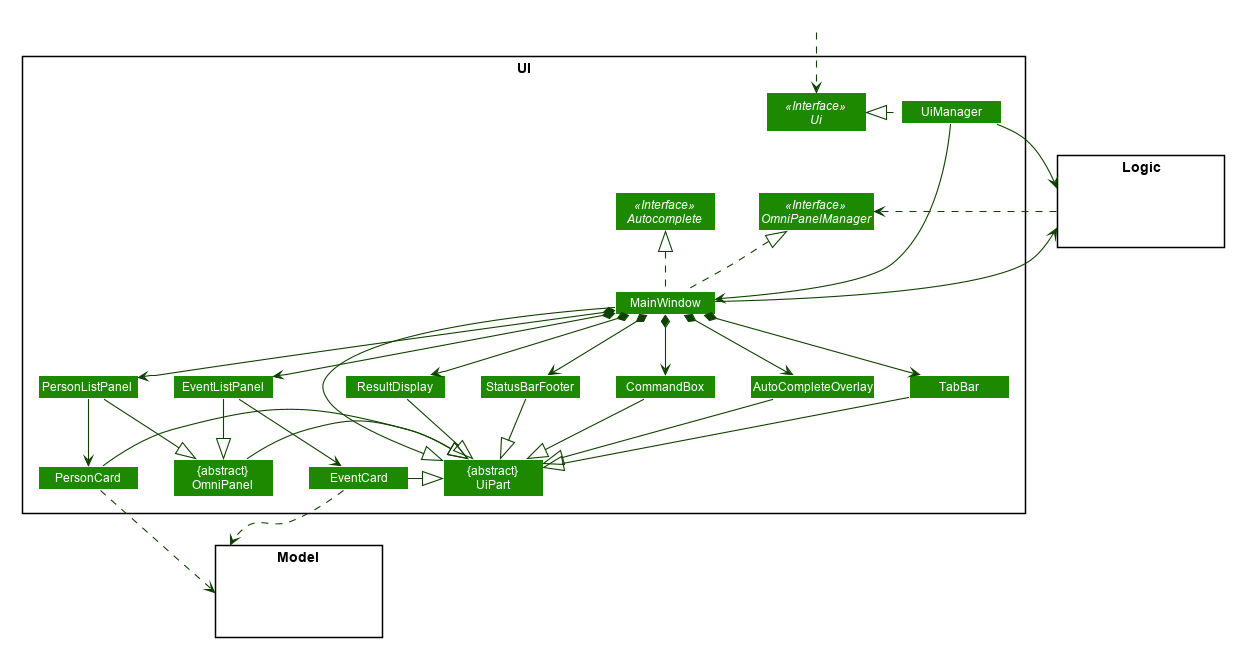
The PlantUML diagram docs/images/UiClassDiagram.png in nus-cs2103-AY1920S1/addressbook-level3, before a commit.
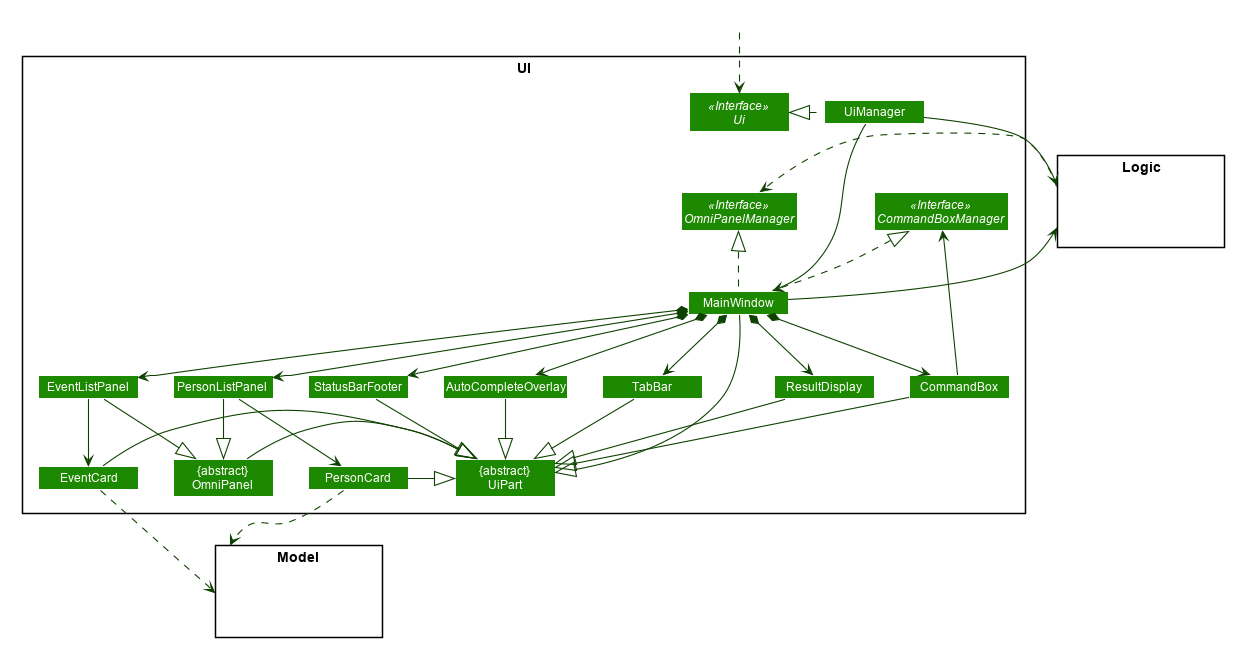
After the change.

The edit, as a diff of the source:
```diff
@@ -53,7 +53,7 @@
 
 package UI <<Rectangle>>{
 Interface Ui <<Interface>>
-Interface Autocomplete <<Interface>>
+Interface CommandBoxManager <<Interface>>
 Interface OmniPanelManager <<Interface>>
 Class "{abstract}\nUiPart" as UiPart
 Class UiManager
@@ -83,7 +83,7 @@
 
 UiManager .up|> Ui
 MainWindow .up.|> OmniPanelManager
-MainWindow .up.|> Autocomplete
+MainWindow .up.|> CommandBoxManager
 UiManager --=> MainWindow
 MainWindow *-down-> CommandBox
 MainWindow *-down-> ResultDisplay
@@ -98,8 +98,8 @@
 EventListPanel -> EventCard
 
 MainWindow --|> UiPart
-
 ResultDisplay --|> UiPart
+CommandBox -up-> CommandBoxManager
 CommandBox --|> UiPart
 PersonListPanel -down-|> OmniPanel
 PersonCard -right-|> UiPart
```
